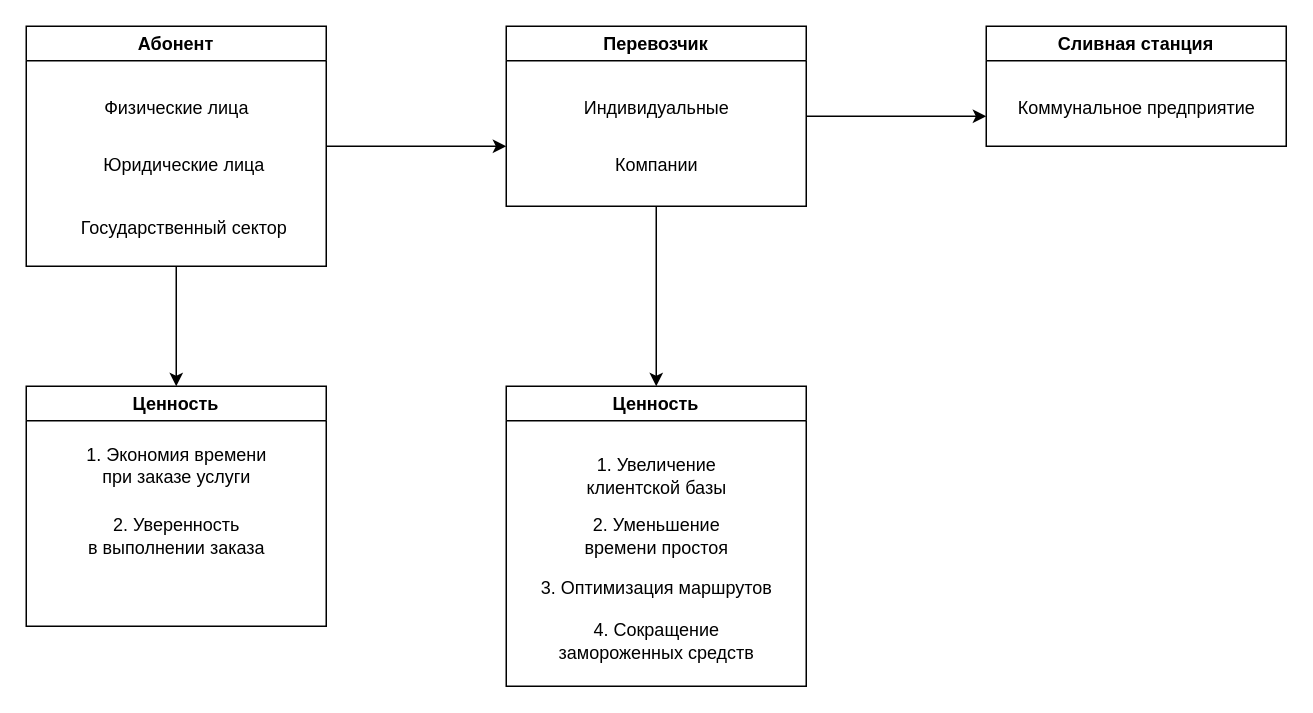
Above: Диаграмма без названия.drawio in kaznt81/SeptiCar (draw.io), before the change. Source tidied: cells renumbered, new cells numbered last; positions are measured from the earlier drawing's top-left corner, leaving out a move shared by most shapes. Both pictures are drawn from the tidied source at 150%, with x=0, y=0 at pixel (26, 26).
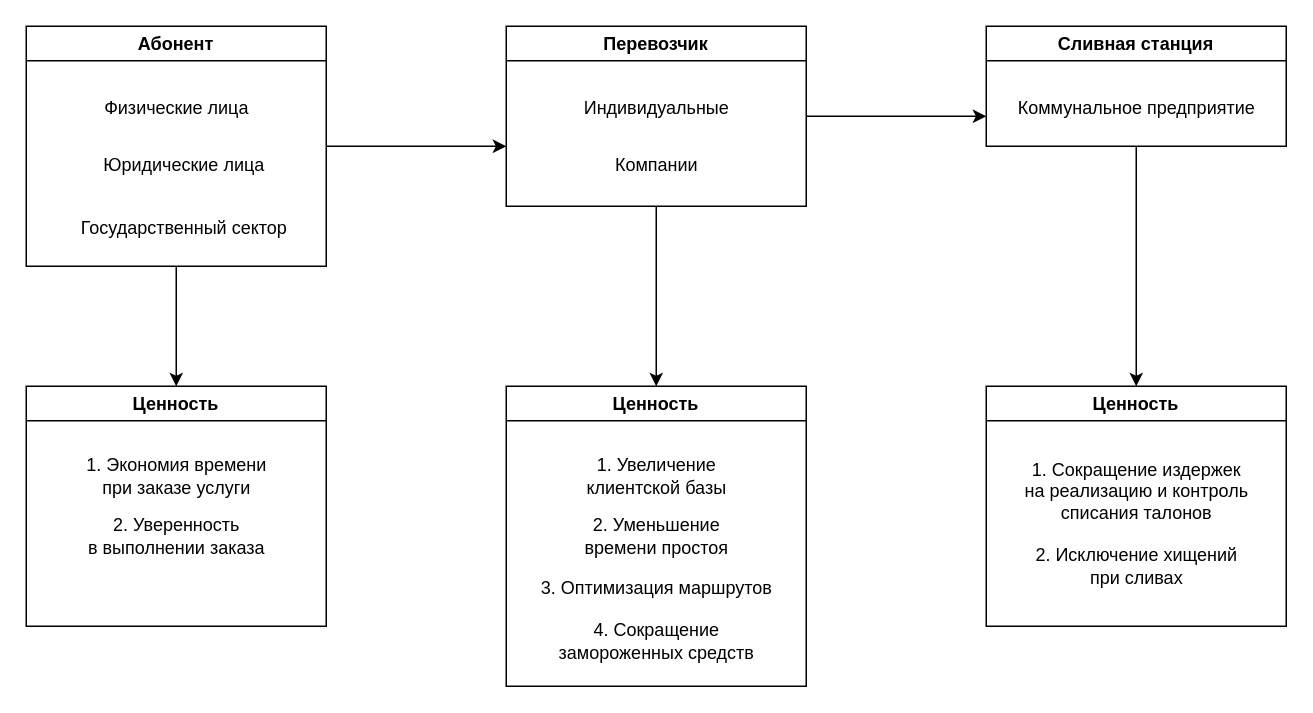
After the change.

Unchanged cells that the change refers to:
```xml
<mxCell id="13" value="Сливная станция" style="swimlane;whiteSpace=wrap;html=1;" parent="1" vertex="1">
  <mxGeometry x="640" width="200" height="80" as="geometry" />
</mxCell>
<mxCell id="15" value="Ценность" style="swimlane;whiteSpace=wrap;html=1;" parent="1" vertex="1">
  <mxGeometry y="240" width="200" height="160" as="geometry" />
</mxCell>
```

Change to the diagram source:
```diff
@@
+    <mxCell id="23" style="edgeStyle=orthogonalEdgeStyle;rounded=0;jettySize=auto;html=1;" parent="1" edge="1" source="13" target="24">
+      <mxGeometry relative="1" as="geometry" />
+    </mxCell>
@@
     <mxCell id="16" value="1. Экономия времени &lt;br&gt;при заказе услуги" style="text;html=1;align=center;verticalAlign=middle;strokeColor=none;fillColor=none;" parent="15" vertex="1">
-      <mxGeometry x="30" y="33" width="140" height="40" as="geometry" />
+      <mxGeometry x="30" y="40" width="140" height="40" as="geometry" />
     </mxCell>
@@
+    <mxCell id="24" value="Ценность" style="swimlane;whiteSpace=wrap;html=1;" parent="1" vertex="1">
+      <mxGeometry x="640" y="240" width="200" height="160" as="geometry" />
+    </mxCell>
+    <mxCell id="25" value="1. Сокращение издержек&lt;br&gt;на реализацию и контроль&lt;br&gt;списания талонов" style="text;html=1;align=center;verticalAlign=middle;strokeColor=none;fillColor=none;" parent="24" vertex="1">
+      <mxGeometry x="15" y="40" width="170" height="60" as="geometry" />
+    </mxCell>
+    <mxCell id="26" value="2. Исключение хищений&lt;br&gt;при сливах" style="text;html=1;align=center;verticalAlign=middle;strokeColor=none;fillColor=none;" parent="24" vertex="1">
+      <mxGeometry x="20" y="100" width="160" height="40" as="geometry" />
+    </mxCell>
```
